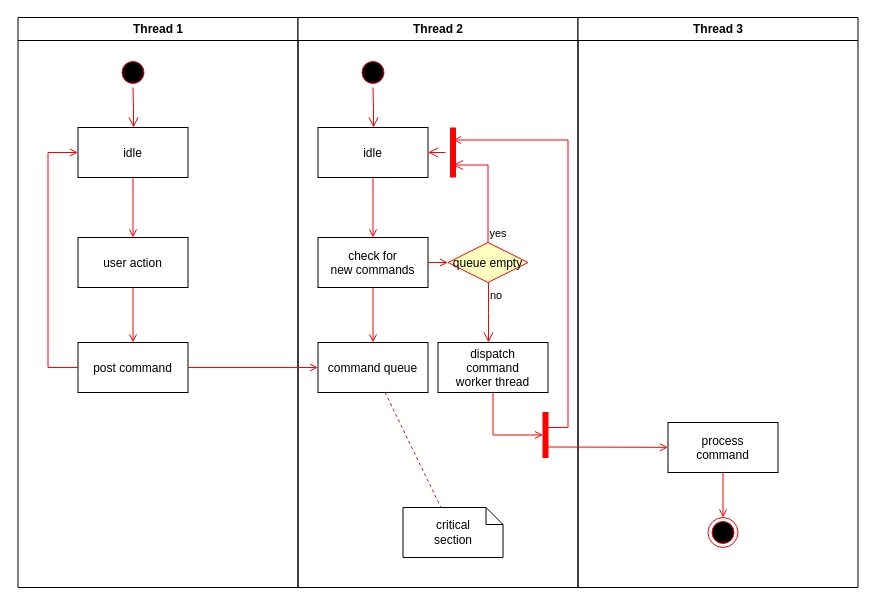
This is Diagrama sem nome.drawio from FelipeSoares01/JAVA-PROJETOS, a draw.io file, before an edit. Source tidied: cells renumbered, new cells numbered last; positions are measured from the earlier drawing's top-left corner, leaving out a move shared by most shapes. Both pictures are drawn from the tidied source at 100%, with x=0, y=0 at pixel (17, 17).
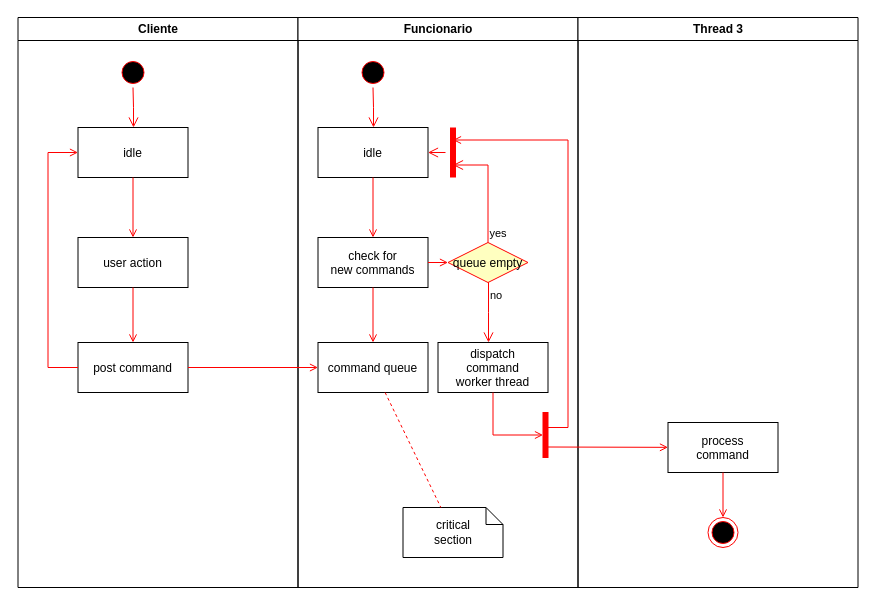
The same diagram, later.

Diff of the diagram source:
```diff
@@
-    <mxCell id="2" value="Thread 1" style="swimlane;whiteSpace=wrap;" parent="1" vertex="1">
+    <mxCell id="2" value="Cliente" style="swimlane;whiteSpace=wrap;" parent="1" vertex="1">
       <mxGeometry x="0.5" width="280" height="570" as="geometry" />
     </mxCell>
@@
-    <mxCell id="11" value="Thread 2" style="swimlane;whiteSpace=wrap;" parent="1" vertex="1">
+    <mxCell id="11" value="Funcionario" style="swimlane;whiteSpace=wrap;" parent="1" vertex="1">
       <mxGeometry x="280.5" width="280" height="570" as="geometry" />
     </mxCell>
```
